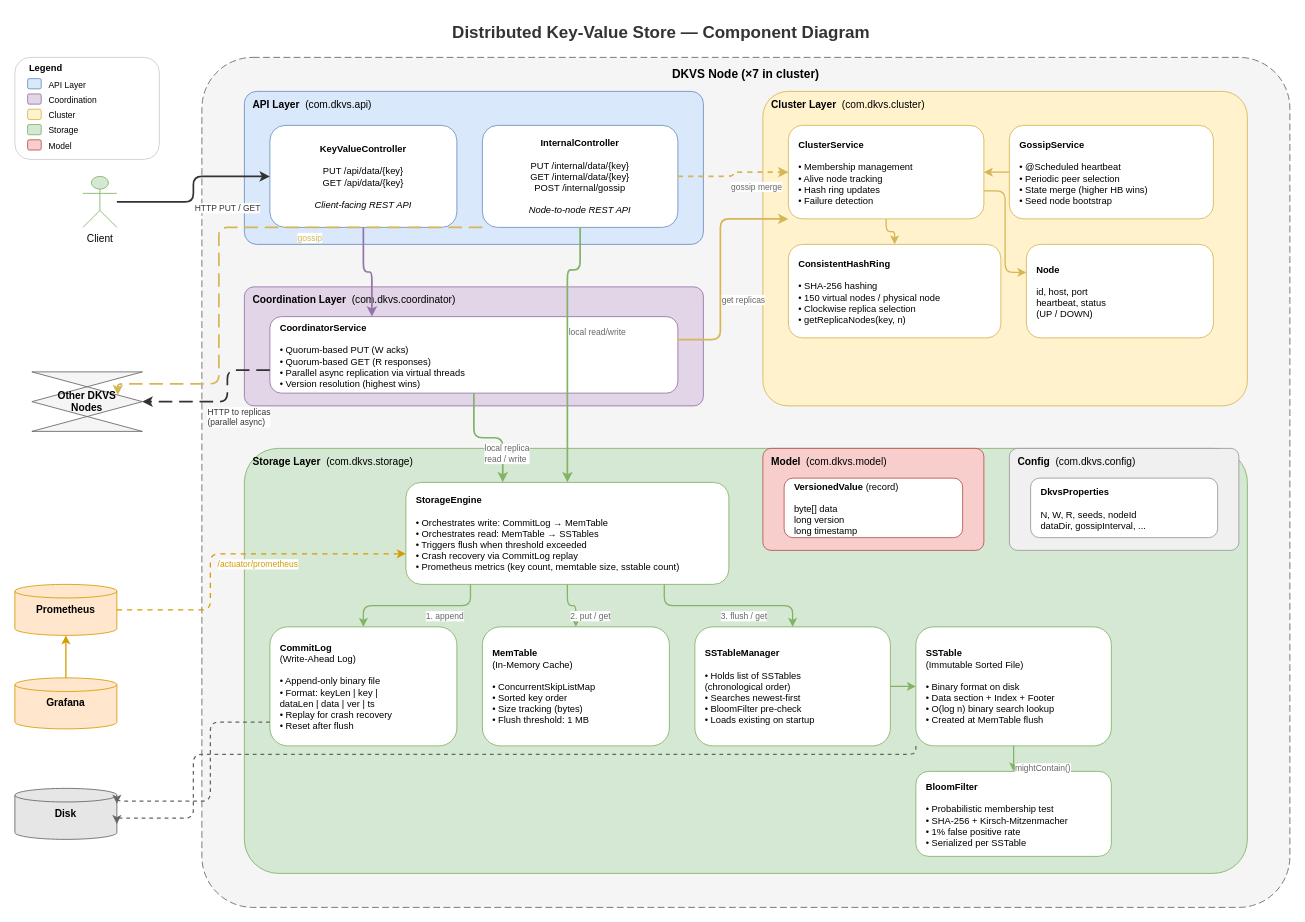
azastashkov/distributed-key-value-store keeps this draw.io diagram as docs/components.drawio. Above is the earlier version. Source tidied: cells renumbered, new cells numbered last; positions are measured from the earlier drawing's top-left corner, leaving out a move shared by most shapes. Both pictures are drawn from the tidied source at 85%, with x=0, y=0 at pixel (14, 14).
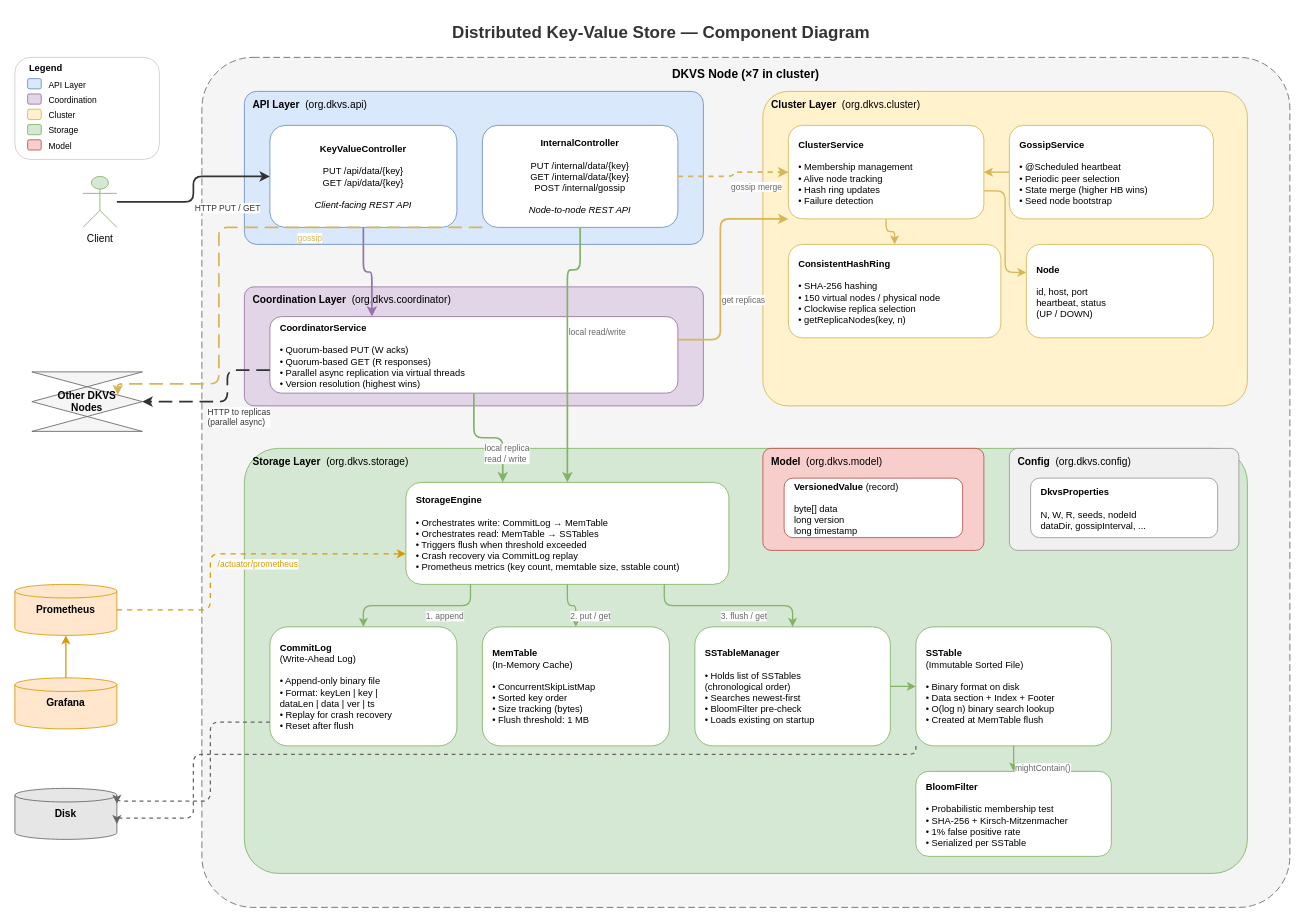
The same page after the edit.

Diff of the diagram source:
```diff
@@
-    <mxCell id="5" value="&lt;b&gt;API Layer&lt;/b&gt;&amp;nbsp;&amp;nbsp;(com.dkvs.api)" style="rounded=1;whiteSpace=wrap;html=1;verticalAlign=top;align=left;fillColor=#dae8fc;strokeColor=#6c8ebf;fontSize=12;arcSize=8;spacingTop=2;spacingLeft=8;" parent="1" vertex="1">
+    <mxCell id="5" value="&lt;b&gt;API Layer&lt;/b&gt;&amp;nbsp;&amp;nbsp;(org.dkvs.api)" style="rounded=1;whiteSpace=wrap;html=1;verticalAlign=top;align=left;fillColor=#dae8fc;strokeColor=#6c8ebf;fontSize=12;arcSize=8;spacingTop=2;spacingLeft=8;" parent="1" vertex="1">
       <mxGeometry x="270" y="90" width="540" height="180" as="geometry" />
     </mxCell>
@@
-    <mxCell id="8" value="&lt;b&gt;Coordination Layer&lt;/b&gt;&amp;nbsp;&amp;nbsp;(com.dkvs.coordinator)" style="rounded=1;whiteSpace=wrap;html=1;verticalAlign=top;align=left;fillColor=#e1d5e7;strokeColor=#9673a6;fontSize=12;arcSize=8;spacingTop=2;spacingLeft=8;" parent="1" vertex="1">
+    <mxCell id="8" value="&lt;b&gt;Coordination Layer&lt;/b&gt;&amp;nbsp;&amp;nbsp;(org.dkvs.coordinator)" style="rounded=1;whiteSpace=wrap;html=1;verticalAlign=top;align=left;fillColor=#e1d5e7;strokeColor=#9673a6;fontSize=12;arcSize=8;spacingTop=2;spacingLeft=8;" parent="1" vertex="1">
       <mxGeometry x="270" y="320" width="540" height="140" as="geometry" />
     </mxCell>
@@
-    <mxCell id="10" value="&lt;b&gt;Cluster Layer&lt;/b&gt;&amp;nbsp;&amp;nbsp;(com.dkvs.cluster)" style="rounded=1;whiteSpace=wrap;html=1;verticalAlign=top;align=left;fillColor=#fff2cc;strokeColor=#d6b656;fontSize=12;arcSize=8;spacingTop=2;spacingLeft=8;" parent="1" vertex="1">
+    <mxCell id="10" value="&lt;b&gt;Cluster Layer&lt;/b&gt;&amp;nbsp;&amp;nbsp;(org.dkvs.cluster)" style="rounded=1;whiteSpace=wrap;html=1;verticalAlign=top;align=left;fillColor=#fff2cc;strokeColor=#d6b656;fontSize=12;arcSize=8;spacingTop=2;spacingLeft=8;" parent="1" vertex="1">
       <mxGeometry x="880" y="90" width="570" height="370" as="geometry" />
     </mxCell>
@@
-    <mxCell id="15" value="&lt;b&gt;Storage Layer&lt;/b&gt;&amp;nbsp;&amp;nbsp;(com.dkvs.storage)" style="rounded=1;whiteSpace=wrap;html=1;verticalAlign=top;align=left;fillColor=#d5e8d4;strokeColor=#82b366;fontSize=12;arcSize=8;spacingTop=2;spacingLeft=8;" parent="1" vertex="1">
+    <mxCell id="15" value="&lt;b&gt;Storage Layer&lt;/b&gt;&amp;nbsp;&amp;nbsp;(org.dkvs.storage)" style="rounded=1;whiteSpace=wrap;html=1;verticalAlign=top;align=left;fillColor=#d5e8d4;strokeColor=#82b366;fontSize=12;arcSize=8;spacingTop=2;spacingLeft=8;" parent="1" vertex="1">
       <mxGeometry x="270" y="510" width="1180" height="500" as="geometry" />
     </mxCell>
@@
-    <mxCell id="22" value="&lt;b&gt;Model&lt;/b&gt;&amp;nbsp;&amp;nbsp;(com.dkvs.model)" style="rounded=1;whiteSpace=wrap;html=1;verticalAlign=top;align=left;fillColor=#f8cecc;strokeColor=#b85450;fontSize=12;arcSize=8;spacingTop=2;spacingLeft=8;" parent="1" vertex="1">
+    <mxCell id="22" value="&lt;b&gt;Model&lt;/b&gt;&amp;nbsp;&amp;nbsp;(org.dkvs.model)" style="rounded=1;whiteSpace=wrap;html=1;verticalAlign=top;align=left;fillColor=#f8cecc;strokeColor=#b85450;fontSize=12;arcSize=8;spacingTop=2;spacingLeft=8;" parent="1" vertex="1">
       <mxGeometry x="880" y="510" width="260" height="120" as="geometry" />
     </mxCell>
@@
-    <mxCell id="24" value="&lt;b&gt;Config&lt;/b&gt;&amp;nbsp;&amp;nbsp;(com.dkvs.config)" style="rounded=1;whiteSpace=wrap;html=1;verticalAlign=top;align=left;fillColor=#F0F0F0;strokeColor=#999999;fontSize=12;arcSize=8;spacingTop=2;spacingLeft=8;" parent="1" vertex="1">
+    <mxCell id="24" value="&lt;b&gt;Config&lt;/b&gt;&amp;nbsp;&amp;nbsp;(org.dkvs.config)" style="rounded=1;whiteSpace=wrap;html=1;verticalAlign=top;align=left;fillColor=#F0F0F0;strokeColor=#999999;fontSize=12;arcSize=8;spacingTop=2;spacingLeft=8;" parent="1" vertex="1">
       <mxGeometry x="1170" y="510" width="270" height="120" as="geometry" />
     </mxCell>
```
